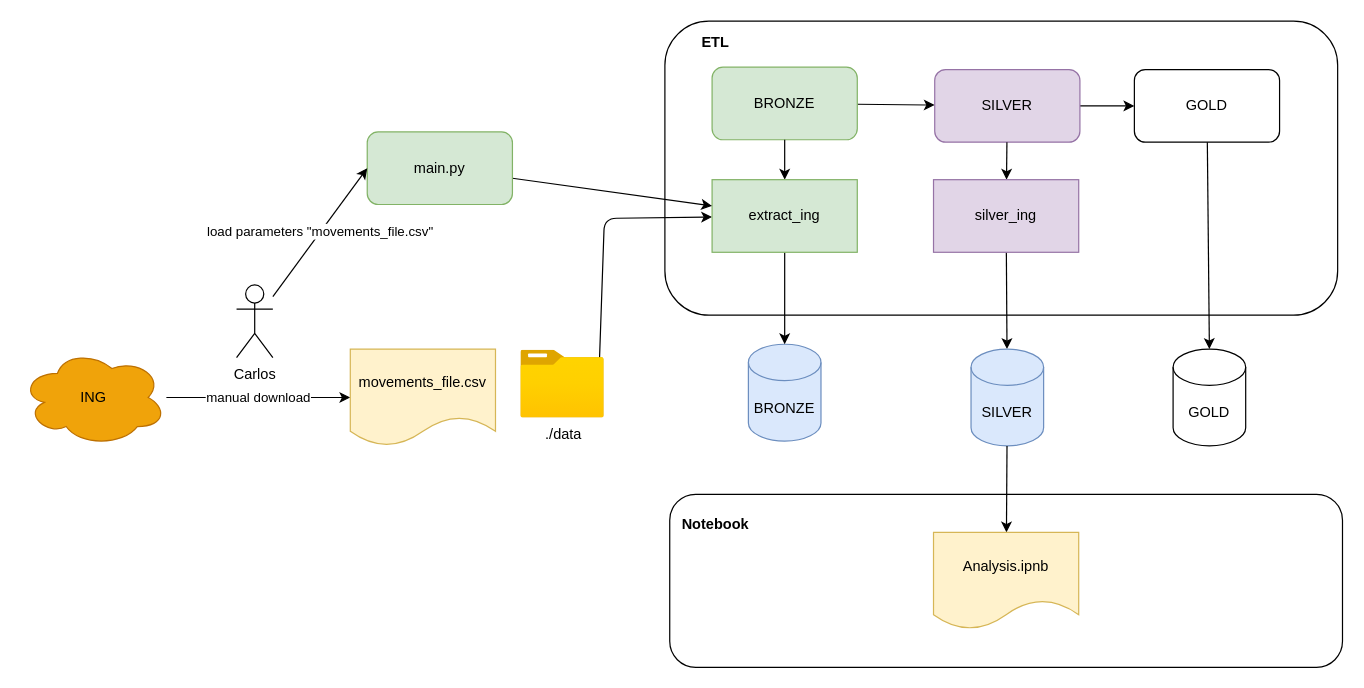
The draw.io diagram page "Components" (5 of 7) of diagrams/diagrams.dio in cperezh/DataEng_Patterns, before the edit. Source tidied: cells renumbered, new cells numbered last; positions are measured from the earlier drawing's top-left corner, leaving out a move shared by most shapes. Both pictures are drawn from the tidied source at 121%, with x=0, y=0 at pixel (21, 21).
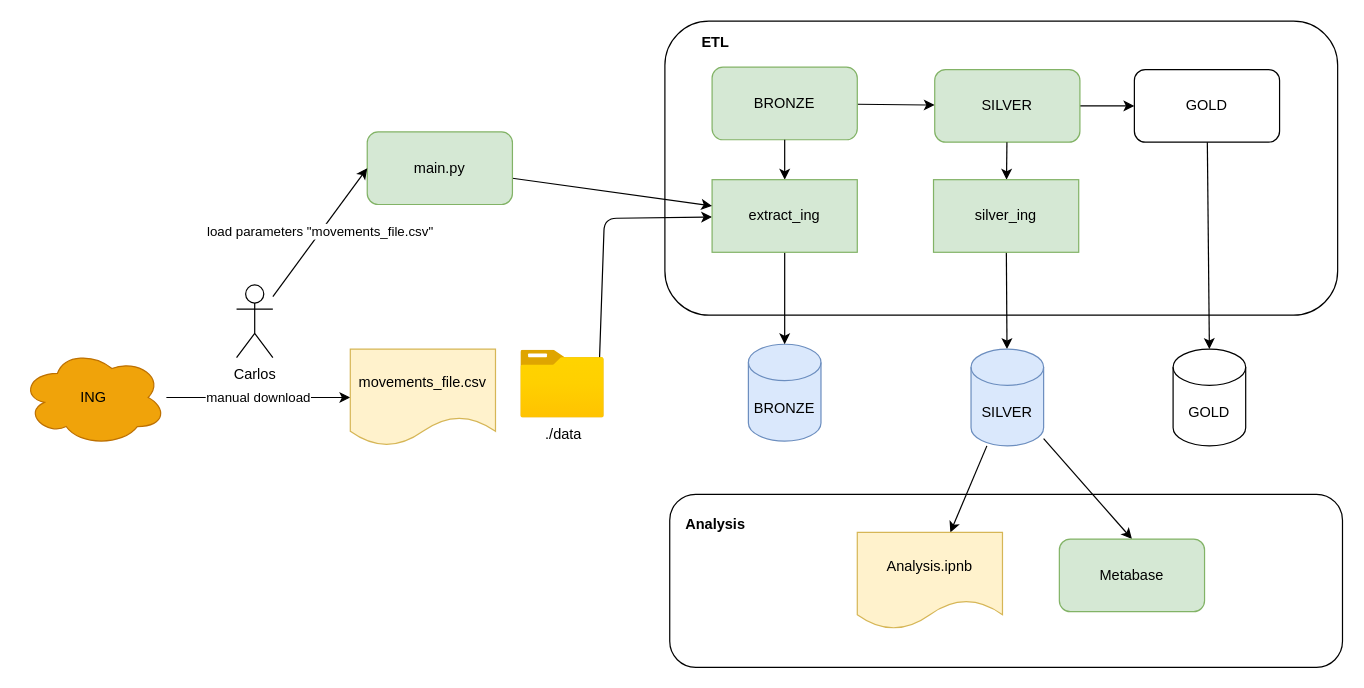
The same page after the edit.

Commit message (it also covers changes not shown here):
add metabase restart.

The change refers to these unchanged cells:
```xml
<mxCell id="15" value="SILVER" style="shape=cylinder3;whiteSpace=wrap;html=1;boundedLbl=1;backgroundOutline=1;size=15;fillColor=#dae8fc;strokeColor=#6c8ebf;" parent="1" vertex="1">
  <mxGeometry x="785" y="271" width="60" height="80" as="geometry" />
</mxCell>
```

Diff of the diagram source:
```diff
@@
-    <mxCell id="13" value="SILVER" style="rounded=1;whiteSpace=wrap;html=1;fillColor=#e1d5e7;strokeColor=#9673a6;" parent="1" vertex="1">
+    <mxCell id="13" value="SILVER" style="rounded=1;whiteSpace=wrap;html=1;fillColor=#d5e8d4;strokeColor=#82b366;align=center;verticalAlign=middle;fontFamily=Helvetica;fontSize=12;" parent="1" vertex="1">
       <mxGeometry x="755" y="40" width="120" height="60" as="geometry" />
     </mxCell>
@@
+    <mxCell id="32" style="edgeStyle=none;html=1;entryX=0.5;entryY=0;entryDx=0;entryDy=0;" parent="1" edge="1" source="15" target="33">
+      <mxGeometry relative="1" as="geometry" />
+    </mxCell>
@@
-    <mxCell id="21" value="Notebook" style="text;html=1;align=center;verticalAlign=middle;whiteSpace=wrap;rounded=0;fontStyle=1;" parent="1" vertex="1">
+    <mxCell id="21" value="Analysis" style="text;html=1;align=center;verticalAlign=middle;whiteSpace=wrap;rounded=0;fontStyle=1;" parent="1" vertex="1">
       <mxGeometry x="544" y="401" width="60" height="30" as="geometry" />
     </mxCell>
     <mxCell id="22" value="Analysis.ipnb" style="shape=document;whiteSpace=wrap;html=1;boundedLbl=1;fillColor=#fff2cc;strokeColor=#d6b656;" parent="1" vertex="1">
-      <mxGeometry x="754" y="422.5" width="120" height="80" as="geometry" />
+      <mxGeometry x="691" y="422.5" width="120" height="80" as="geometry" />
     </mxCell>
@@
-    <mxCell id="27" value="silver_ing" style="rounded=0;whiteSpace=wrap;html=1;fillColor=#e1d5e7;strokeColor=#9673a6;" parent="1" vertex="1">
+    <mxCell id="27" value="silver_ing" style="rounded=0;whiteSpace=wrap;html=1;fillColor=#d5e8d4;strokeColor=#82b366;" parent="1" vertex="1">
       <mxGeometry x="754" y="131" width="120" height="60" as="geometry" />
     </mxCell>
@@
+    <mxCell id="33" value="Metabase" style="rounded=1;whiteSpace=wrap;html=1;fillColor=#d5e8d4;strokeColor=#82b366;align=center;verticalAlign=middle;fontFamily=Helvetica;fontSize=12;" parent="1" vertex="1">
+      <mxGeometry x="858" y="428" width="120" height="60" as="geometry" />
+    </mxCell>
```
